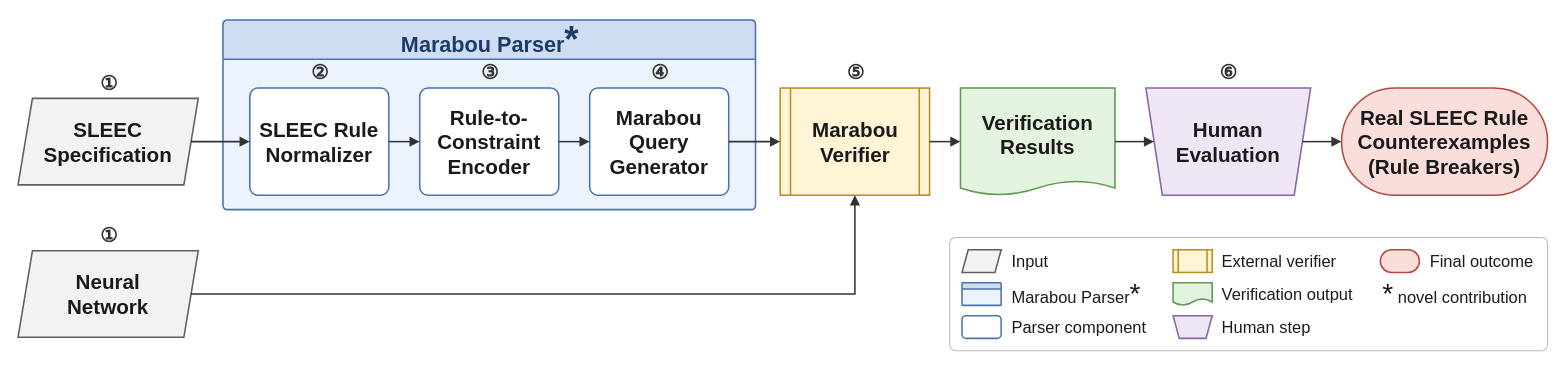
Above: docs/figures/sleec2ver_architecture.drawio in LesLivia/SLEEC-PATROL (draw.io), before the change. Source tidied: cells renumbered, new cells numbered last; positions are measured from the earlier drawing's top-left corner, leaving out a move shared by most shapes. Both pictures are drawn from the tidied source at 103%, with x=0, y=0 at pixel (18, 20).
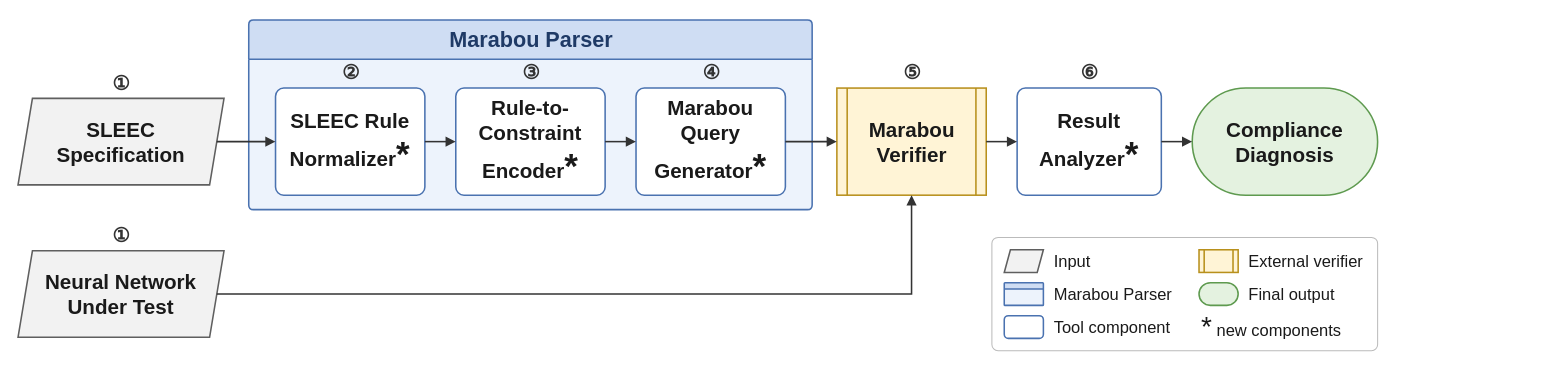
The same diagram, later.

Commit message (it also covers changes not shown here):
New schema and an intial website version.

What changed in the source:
```diff
@@
-    <mxCell id="2" value="Marabou Parser&lt;span style=&quot;font-size:35.7px&quot;&gt;*&lt;/span&gt;" style="swimlane;html=1;rounded=1;arcSize=4;startSize=38;fillColor=#CFDDF3;swimlaneFillColor=#EDF3FC;strokeColor=#4A72B0;strokeWidth=1.5;fontStyle=1;fontSize=21;fontColor=#1F3A66;fontFamily=Helvetica;" parent="1" vertex="1">
-      <mxGeometry x="199" width="517" height="184" as="geometry" />
+    <mxCell id="2" value="Marabou Parser" style="swimlane;html=1;rounded=1;arcSize=4;startSize=38;fillColor=#CFDDF3;swimlaneFillColor=#EDF3FC;strokeColor=#4A72B0;strokeWidth=1.5;fontStyle=1;fontSize=21;fontColor=#1F3A66;fontFamily=Helvetica;" parent="1" vertex="1">
+      <mxGeometry x="224" width="547" height="184" as="geometry" />
     </mxCell>
     <mxCell id="3" value="SLEEC&lt;br&gt;Specification" style="html=1;whiteSpace=wrap;fontFamily=Helvetica;fontColor=#1A1A1A;fontStyle=1;fontSize=20;align=center;verticalAlign=middle;strokeWidth=1.5;fillColor=#F2F2F2;strokeColor=#5F5F5F;shape=parallelogram;perimeter=parallelogramPerimeter;fixedSize=1;size=14;" parent="1" vertex="1">
-      <mxGeometry y="76" width="175" height="84" as="geometry" />
+      <mxGeometry y="76" width="200" height="84" as="geometry" />
     </mxCell>
     <mxCell id="4" value="①" style="text;html=1;align=center;verticalAlign=middle;fontFamily=Helvetica;fontSize=19;fontStyle=1;fontColor=#333333;" parent="1" vertex="1">
-      <mxGeometry y="48" width="175" height="28" as="geometry" />
+      <mxGeometry y="48" width="200" height="28" as="geometry" />
     </mxCell>
-    <mxCell id="5" value="SLEEC Rule&lt;br&gt;Normalizer" style="html=1;whiteSpace=wrap;fontFamily=Helvetica;fontColor=#1A1A1A;fontStyle=1;fontSize=20;align=center;verticalAlign=middle;strokeWidth=1.5;fillColor=#FFFFFF;strokeColor=#4A72B0;rounded=1;absoluteArcSize=1;arcSize=16;" parent="2" vertex="1">
-      <mxGeometry x="26" y="66" width="135" height="104" as="geometry" />
+    <mxCell id="5" value="SLEEC Rule&lt;br&gt;Normalizer&lt;span style=&quot;font-size:34px&quot;&gt;*&lt;/span&gt;" style="html=1;whiteSpace=wrap;fontFamily=Helvetica;fontColor=#1A1A1A;fontStyle=1;fontSize=20;align=center;verticalAlign=middle;strokeWidth=1.5;fillColor=#FFFFFF;strokeColor=#4A72B0;rounded=1;absoluteArcSize=1;arcSize=16;" parent="2" vertex="1">
+      <mxGeometry x="26" y="66" width="145" height="104" as="geometry" />
     </mxCell>
     <mxCell id="6" value="②" style="text;html=1;align=center;verticalAlign=middle;fontFamily=Helvetica;fontSize=19;fontStyle=1;fontColor=#333333;" parent="2" vertex="1">
-      <mxGeometry x="26" y="38" width="135" height="28" as="geometry" />
+      <mxGeometry x="26" y="38" width="145" height="28" as="geometry" />
     </mxCell>
-    <mxCell id="7" value="Rule-to-&lt;br&gt;Constraint&lt;br&gt;Encoder" style="html=1;whiteSpace=wrap;fontFamily=Helvetica;fontColor=#1A1A1A;fontStyle=1;fontSize=20;align=center;verticalAlign=middle;strokeWidth=1.5;fillColor=#FFFFFF;strokeColor=#4A72B0;rounded=1;absoluteArcSize=1;arcSize=16;" parent="2" vertex="1">
-      <mxGeometry x="191" y="66" width="135" height="104" as="geometry" />
+    <mxCell id="7" value="Rule-to-&lt;br&gt;Constraint&lt;br&gt;Encoder&lt;span style=&quot;font-size:34px&quot;&gt;*&lt;/span&gt;" style="html=1;whiteSpace=wrap;fontFamily=Helvetica;fontColor=#1A1A1A;fontStyle=1;fontSize=20;align=center;verticalAlign=middle;strokeWidth=1.5;fillColor=#FFFFFF;strokeColor=#4A72B0;rounded=1;absoluteArcSize=1;arcSize=16;" parent="2" vertex="1">
+      <mxGeometry x="201" y="66" width="145" height="104" as="geometry" />
     </mxCell>
     <mxCell id="8" value="③" style="text;html=1;align=center;verticalAlign=middle;fontFamily=Helvetica;fontSize=19;fontStyle=1;fontColor=#333333;" parent="2" vertex="1">
-      <mxGeometry x="191" y="38" width="135" height="28" as="geometry" />
+      <mxGeometry x="201" y="38" width="145" height="28" as="geometry" />
     </mxCell>
-    <mxCell id="9" value="Marabou&lt;br&gt;Query&lt;br&gt;Generator" style="html=1;whiteSpace=wrap;fontFamily=Helvetica;fontColor=#1A1A1A;fontStyle=1;fontSize=20;align=center;verticalAlign=middle;strokeWidth=1.5;fillColor=#FFFFFF;strokeColor=#4A72B0;rounded=1;absoluteArcSize=1;arcSize=16;" parent="2" vertex="1">
-      <mxGeometry x="356" y="66" width="135" height="104" as="geometry" />
+    <mxCell id="9" value="Marabou&lt;br&gt;Query&lt;br&gt;Generator&lt;span style=&quot;font-size:34px&quot;&gt;*&lt;/span&gt;" style="html=1;whiteSpace=wrap;fontFamily=Helvetica;fontColor=#1A1A1A;fontStyle=1;fontSize=20;align=center;verticalAlign=middle;strokeWidth=1.5;fillColor=#FFFFFF;strokeColor=#4A72B0;rounded=1;absoluteArcSize=1;arcSize=16;" parent="2" vertex="1">
+      <mxGeometry x="376" y="66" width="145" height="104" as="geometry" />
     </mxCell>
     <mxCell id="10" value="④" style="text;html=1;align=center;verticalAlign=middle;fontFamily=Helvetica;fontSize=19;fontStyle=1;fontColor=#333333;" parent="2" vertex="1">
-      <mxGeometry x="356" y="38" width="135" height="28" as="geometry" />
+      <mxGeometry x="376" y="38" width="145" height="28" as="geometry" />
     </mxCell>
     <mxCell id="11" value="Marabou&lt;br&gt;Verifier" style="html=1;whiteSpace=wrap;fontFamily=Helvetica;fontColor=#1A1A1A;fontStyle=1;fontSize=20;align=center;verticalAlign=middle;strokeWidth=1.5;fillColor=#FFF4D6;strokeColor=#B8901C;shape=process;fixedSize=1;size=10;backgroundOutline=1;" parent="1" vertex="1">
-      <mxGeometry x="740" y="66" width="145" height="104" as="geometry" />
+      <mxGeometry x="795" y="66" width="145" height="104" as="geometry" />
     </mxCell>
     <mxCell id="12" value="⑤" style="text;html=1;align=center;verticalAlign=middle;fontFamily=Helvetica;fontSize=19;fontStyle=1;fontColor=#333333;" parent="1" vertex="1">
-      <mxGeometry x="740" y="38" width="145" height="28" as="geometry" />
+      <mxGeometry x="795" y="38" width="145" height="28" as="geometry" />
     </mxCell>
-    <mxCell id="13" value="Verification&lt;br&gt;Results" style="html=1;whiteSpace=wrap;fontFamily=Helvetica;fontColor=#1A1A1A;fontStyle=1;fontSize=20;align=center;verticalAlign=middle;strokeWidth=1.5;fillColor=#E4F2E0;strokeColor=#5E9A4F;shape=document;size=0.135;boundedLbl=1;" parent="1" vertex="1">
-      <mxGeometry x="915" y="66" width="150" height="104" as="geometry" />
-    </mxCell>
-    <mxCell id="14" value="Human&lt;br&gt;Evaluation" style="html=1;whiteSpace=wrap;fontFamily=Helvetica;fontColor=#1A1A1A;fontStyle=1;fontSize=20;align=center;verticalAlign=middle;strokeWidth=1.5;fillColor=#EFE6F5;strokeColor=#8A63A8;shape=trapezoid;perimeter=trapezoidPerimeter;fixedSize=1;size=16;flipV=1;" parent="1" vertex="1">
-      <mxGeometry x="1095" y="66" width="160" height="104" as="geometry" />
-    </mxCell>
+    <mxCell id="43" value="Result&lt;br&gt;Analyzer&lt;span style=&quot;font-size:34px&quot;&gt;*&lt;/span&gt;" style="html=1;whiteSpace=wrap;fontFamily=Helvetica;fontColor=#1A1A1A;fontStyle=1;fontSize=20;align=center;verticalAlign=middle;strokeWidth=1.5;fillColor=#FFFFFF;strokeColor=#4A72B0;rounded=1;absoluteArcSize=1;arcSize=16;" parent="1" vertex="1">
+      <mxGeometry x="970" y="66" width="140" height="104" as="geometry" />
+    </mxCell>
     <mxCell id="15" value="⑥" style="text;html=1;align=center;verticalAlign=middle;fontFamily=Helvetica;fontSize=19;fontStyle=1;fontColor=#333333;" parent="1" vertex="1">
-      <mxGeometry x="1095" y="38" width="160" height="28" as="geometry" />
+      <mxGeometry x="970" y="38" width="140" height="28" as="geometry" />
     </mxCell>
-    <mxCell id="16" value="Real SLEEC Rule&lt;br&gt;Counterexamples&lt;br&gt;(Rule Breakers)" style="html=1;whiteSpace=wrap;fontFamily=Helvetica;fontColor=#1A1A1A;fontStyle=1;fontSize=20;align=center;verticalAlign=middle;strokeWidth=1.5;fillColor=#F9DEDC;strokeColor=#B5473F;rounded=1;arcSize=50;" parent="1" vertex="1">
-      <mxGeometry x="1285" y="66" width="200" height="104" as="geometry" />
+    <mxCell id="16" value="Compliance&lt;br&gt;Diagnosis" style="html=1;whiteSpace=wrap;fontFamily=Helvetica;fontColor=#1A1A1A;fontStyle=1;fontSize=20;align=center;verticalAlign=middle;strokeWidth=1.5;fillColor=#E4F2E0;strokeColor=#5E9A4F;rounded=1;arcSize=50;" parent="1" vertex="1">
+      <mxGeometry x="1140" y="66" width="180" height="104" as="geometry" />
     </mxCell>
-    <mxCell id="17" value="Neural&lt;br&gt;Network" style="html=1;whiteSpace=wrap;fontFamily=Helvetica;fontColor=#1A1A1A;fontStyle=1;fontSize=20;align=center;verticalAlign=middle;strokeWidth=1.5;fillColor=#F2F2F2;strokeColor=#5F5F5F;shape=parallelogram;perimeter=parallelogramPerimeter;fixedSize=1;size=14;" parent="1" vertex="1">
-      <mxGeometry y="224" width="175" height="84" as="geometry" />
+    <mxCell id="17" value="Neural Network&lt;br&gt;Under Test" style="html=1;whiteSpace=wrap;fontFamily=Helvetica;fontColor=#1A1A1A;fontStyle=1;fontSize=20;align=center;verticalAlign=middle;strokeWidth=1.5;fillColor=#F2F2F2;strokeColor=#5F5F5F;shape=parallelogram;perimeter=parallelogramPerimeter;fixedSize=1;size=14;" parent="1" vertex="1">
+      <mxGeometry y="224" width="200" height="84" as="geometry" />
     </mxCell>
     <mxCell id="18" value="①" style="text;html=1;align=center;verticalAlign=middle;fontFamily=Helvetica;fontSize=19;fontStyle=1;fontColor=#333333;" parent="1" vertex="1">
-      <mxGeometry y="196" width="175" height="28" as="geometry" />
+      <mxGeometry y="196" width="200" height="28" as="geometry" />
     </mxCell>
     <mxCell id="19" style="rounded=1;absoluteArcSize=1;arcSize=12;html=1;fillColor=#FFFFFF;strokeColor=#BBBBBB;strokeWidth=1;" parent="1" vertex="1">
-      <mxGeometry x="904.5" y="211" width="580.5" height="110" as="geometry" />
+      <mxGeometry x="945.5" y="211" width="374.5" height="110" as="geometry" />
     </mxCell>
     <mxCell id="20" style="html=1;whiteSpace=wrap;fontFamily=Helvetica;fontColor=#1A1A1A;fontStyle=1;fontSize=20;align=center;verticalAlign=middle;strokeWidth=1.5;fillColor=#F2F2F2;strokeColor=#5F5F5F;shape=parallelogram;perimeter=parallelogramPerimeter;fixedSize=1;size=6;" parent="1" vertex="1">
-      <mxGeometry x="916.5" y="223" width="38" height="22" as="geometry" />
+      <mxGeometry x="957.5" y="223" width="38" height="22" as="geometry" />
     </mxCell>
     <mxCell id="21" value="Input" style="text;html=1;align=left;verticalAlign=middle;fontFamily=Helvetica;fontSize=16;fontColor=#1A1A1A;" parent="1" vertex="1">
-      <mxGeometry x="962.5" y="223" width="39.5" height="22" as="geometry" />
+      <mxGeometry x="1003.5" y="223" width="39.5" height="22" as="geometry" />
     </mxCell>
     <mxCell id="22" style="swimlane;html=1;rounded=1;arcSize=4;startSize=6;fillColor=#CFDDF3;swimlaneFillColor=#EDF3FC;strokeColor=#4A72B0;strokeWidth=1.5;fontStyle=1;fontSize=21;fontColor=#1F3A66;fontFamily=Helvetica;" parent="1" vertex="1">
-      <mxGeometry x="916.5" y="255" width="38" height="22" as="geometry" />
+      <mxGeometry x="957.5" y="255" width="38" height="22" as="geometry" />
     </mxCell>
-    <mxCell id="23" value="Marabou Parser&lt;span style=&quot;font-size:27.2px&quot;&gt;*&lt;/span&gt;" style="text;html=1;align=left;verticalAlign=middle;fontFamily=Helvetica;fontSize=16;fontColor=#1A1A1A;" parent="1" vertex="1">
-      <mxGeometry x="962.5" y="255" width="129.6" height="22" as="geometry" />
+    <mxCell id="23" value="Marabou Parser" style="text;html=1;align=left;verticalAlign=middle;fontFamily=Helvetica;fontSize=16;fontColor=#1A1A1A;" parent="1" vertex="1">
+      <mxGeometry x="1003.5" y="255" width="119.1" height="22" as="geometry" />
     </mxCell>
     <mxCell id="24" style="html=1;whiteSpace=wrap;fontFamily=Helvetica;fontColor=#1A1A1A;fontStyle=1;fontSize=20;align=center;verticalAlign=middle;strokeWidth=1.5;fillColor=#FFFFFF;strokeColor=#4A72B0;rounded=1;absoluteArcSize=1;arcSize=8;" parent="1" vertex="1">
-      <mxGeometry x="916.5" y="287" width="38" height="22" as="geometry" />
+      <mxGeometry x="957.5" y="287" width="38" height="22" as="geometry" />
     </mxCell>
-    <mxCell id="25" value="Parser component" style="text;html=1;align=left;verticalAlign=middle;fontFamily=Helvetica;fontSize=16;fontColor=#1A1A1A;" parent="1" vertex="1">
-      <mxGeometry x="962.5" y="287" width="134.9" height="22" as="geometry" />
+    <mxCell id="25" value="Tool component" style="text;html=1;align=left;verticalAlign=middle;fontFamily=Helvetica;fontSize=16;fontColor=#1A1A1A;" parent="1" vertex="1">
+      <mxGeometry x="1003.5" y="287" width="117" height="22" as="geometry" />
     </mxCell>
     <mxCell id="26" style="html=1;whiteSpace=wrap;fontFamily=Helvetica;fontColor=#1A1A1A;fontStyle=1;fontSize=20;align=center;verticalAlign=middle;strokeWidth=1.5;fillColor=#FFF4D6;strokeColor=#B8901C;shape=process;fixedSize=1;size=5;backgroundOutline=1;" parent="1" vertex="1">
-      <mxGeometry x="1121.4" y="223" width="38" height="22" as="geometry" />
+      <mxGeometry x="1146.6" y="223" width="38" height="22" as="geometry" />
     </mxCell>
     <mxCell id="27" value="External verifier" style="text;html=1;align=left;verticalAlign=middle;fontFamily=Helvetica;fontSize=16;fontColor=#1A1A1A;" parent="1" vertex="1">
-      <mxGeometry x="1167.4" y="223" width="115.4" height="22" as="geometry" />
+      <mxGeometry x="1192.6" y="223" width="115.4" height="22" as="geometry" />
     </mxCell>
-    <mxCell id="28" style="html=1;whiteSpace=wrap;fontFamily=Helvetica;fontColor=#1A1A1A;fontStyle=1;fontSize=20;align=center;verticalAlign=middle;strokeWidth=1.5;fillColor=#E4F2E0;strokeColor=#5E9A4F;shape=document;size=0.300;boundedLbl=1;" parent="1" vertex="1">
-      <mxGeometry x="1121.4" y="255" width="38" height="22" as="geometry" />
-    </mxCell>
-    <mxCell id="29" value="Verification output" style="text;html=1;align=left;verticalAlign=middle;fontFamily=Helvetica;fontSize=16;fontColor=#1A1A1A;" parent="1" vertex="1">
-      <mxGeometry x="1167.4" y="255" width="131.2" height="22" as="geometry" />
-    </mxCell>
-    <mxCell id="30" style="html=1;whiteSpace=wrap;fontFamily=Helvetica;fontColor=#1A1A1A;fontStyle=1;fontSize=20;align=center;verticalAlign=middle;strokeWidth=1.5;fillColor=#EFE6F5;strokeColor=#8A63A8;shape=trapezoid;perimeter=trapezoidPerimeter;fixedSize=1;size=6;flipV=1;" parent="1" vertex="1">
-      <mxGeometry x="1121.4" y="287" width="38" height="22" as="geometry" />
-    </mxCell>
-    <mxCell id="31" value="Human step" style="text;html=1;align=left;verticalAlign=middle;fontFamily=Helvetica;fontSize=16;fontColor=#1A1A1A;" parent="1" vertex="1">
-      <mxGeometry x="1167.4" y="287" width="90.2" height="22" as="geometry" />
-    </mxCell>
-    <mxCell id="32" style="html=1;whiteSpace=wrap;fontFamily=Helvetica;fontColor=#1A1A1A;fontStyle=1;fontSize=20;align=center;verticalAlign=middle;strokeWidth=1.5;fillColor=#F9DEDC;strokeColor=#B5473F;rounded=1;arcSize=50;" parent="1" vertex="1">
-      <mxGeometry x="1322.6" y="223" width="38" height="22" as="geometry" />
+    <mxCell id="32" style="html=1;whiteSpace=wrap;fontFamily=Helvetica;fontColor=#1A1A1A;fontStyle=1;fontSize=20;align=center;verticalAlign=middle;strokeWidth=1.5;fillColor=#E4F2E0;strokeColor=#5E9A4F;rounded=1;arcSize=50;" parent="1" vertex="1">
+      <mxGeometry x="1146.6" y="255" width="38" height="22" as="geometry" />
     </mxCell>
-    <mxCell id="33" value="Final outcome" style="text;html=1;align=left;verticalAlign=middle;fontFamily=Helvetica;fontSize=16;fontColor=#1A1A1A;" parent="1" vertex="1">
-      <mxGeometry x="1368.6" y="223" width="104.4" height="22" as="geometry" />
+    <mxCell id="33" value="Final output" style="text;html=1;align=left;verticalAlign=middle;fontFamily=Helvetica;fontSize=16;fontColor=#1A1A1A;" parent="1" vertex="1">
+      <mxGeometry x="1192.6" y="255" width="87.6" height="22" as="geometry" />
     </mxCell>
-    <mxCell id="34" value="&lt;span style=&quot;font-size:27.2px&quot;&gt;*&lt;/span&gt; novel contribution" style="text;html=1;align=left;verticalAlign=middle;fontFamily=Helvetica;fontSize=16;fontColor=#1A1A1A;" parent="1" vertex="1">
-      <mxGeometry x="1322.6" y="255" width="144.4" height="22" as="geometry" />
+    <mxCell id="34" value="&lt;span style=&quot;font-size:27.2px&quot;&gt;*&lt;/span&gt; new components" style="text;html=1;align=left;verticalAlign=middle;fontFamily=Helvetica;fontSize=16;fontColor=#1A1A1A;" parent="1" vertex="1">
+      <mxGeometry x="1146.6" y="287" width="139.8" height="22" as="geometry" />
     </mxCell>
@@
-    <mxCell id="40" style="edgeStyle=orthogonalEdgeStyle;html=1;rounded=0;endArrow=block;endFill=1;strokeColor=#333333;strokeWidth=1.5;exitX=1;exitY=0.5;exitDx=0;exitDy=0;entryX=0;entryY=0.5;entryDx=0;entryDy=0;" parent="1" edge="1" source="11" target="13">
+    <mxCell id="40" style="edgeStyle=orthogonalEdgeStyle;html=1;rounded=0;endArrow=block;endFill=1;strokeColor=#333333;strokeWidth=1.5;exitX=1;exitY=0.5;exitDx=0;exitDy=0;entryX=0;entryY=0.5;entryDx=0;entryDy=0;" parent="1" edge="1" source="11" target="43">
       <mxGeometry relative="1" as="geometry" />
     </mxCell>
-    <mxCell id="41" style="edgeStyle=orthogonalEdgeStyle;html=1;rounded=0;endArrow=block;endFill=1;strokeColor=#333333;strokeWidth=1.5;exitX=1;exitY=0.5;exitDx=0;exitDy=0;entryX=0;entryY=0.5;entryDx=0;entryDy=0;" parent="1" edge="1" source="13" target="14">
-      <mxGeometry relative="1" as="geometry" />
-    </mxCell>
-    <mxCell id="42" style="edgeStyle=orthogonalEdgeStyle;html=1;rounded=0;endArrow=block;endFill=1;strokeColor=#333333;strokeWidth=1.5;exitX=1;exitY=0.5;exitDx=0;exitDy=0;entryX=0;entryY=0.5;entryDx=0;entryDy=0;" parent="1" edge="1" source="14" target="16">
-      <mxGeometry relative="1" as="geometry" />
-    </mxCell>
+    <mxCell id="44" style="edgeStyle=orthogonalEdgeStyle;html=1;rounded=0;endArrow=block;endFill=1;strokeColor=#333333;strokeWidth=1.5;exitX=1;exitY=0.5;exitDx=0;exitDy=0;entryX=0;entryY=0.5;entryDx=0;entryDy=0;" parent="1" edge="1" source="43" target="16">
+      <mxGeometry relative="1" as="geometry" />
+    </mxCell>
```
